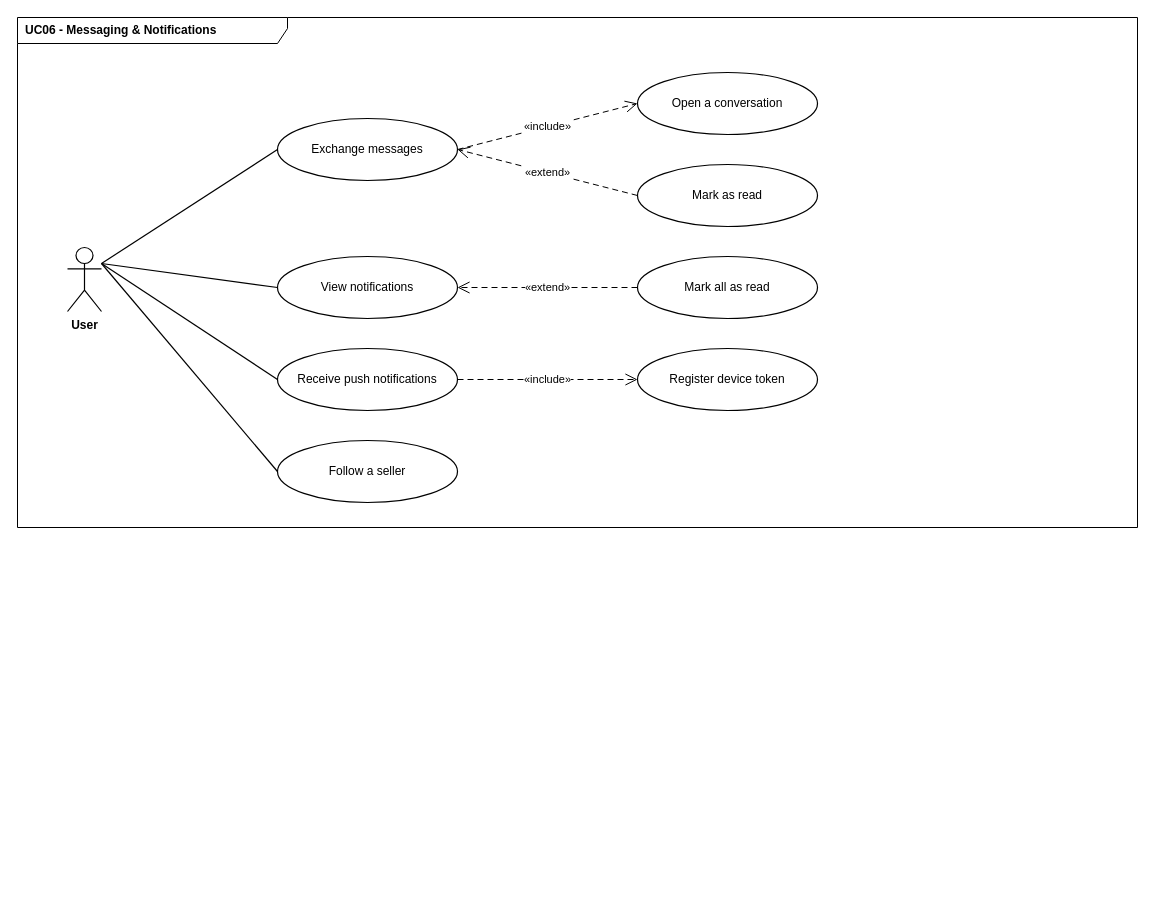
Before: page "UC05 - Admin Dashboard" (6 of 7) of docs/system-design/drawio/05-use-case-diagram.drawio in tdat-dev/Zoldify_Backend, a draw.io diagram. Source tidied: cells renumbered, new cells numbered last; positions are measured from the earlier drawing's top-left corner, leaving out a move shared by most shapes. Both pictures are drawn from the tidied source at 100%, with x=0, y=0 at pixel (17, 17).
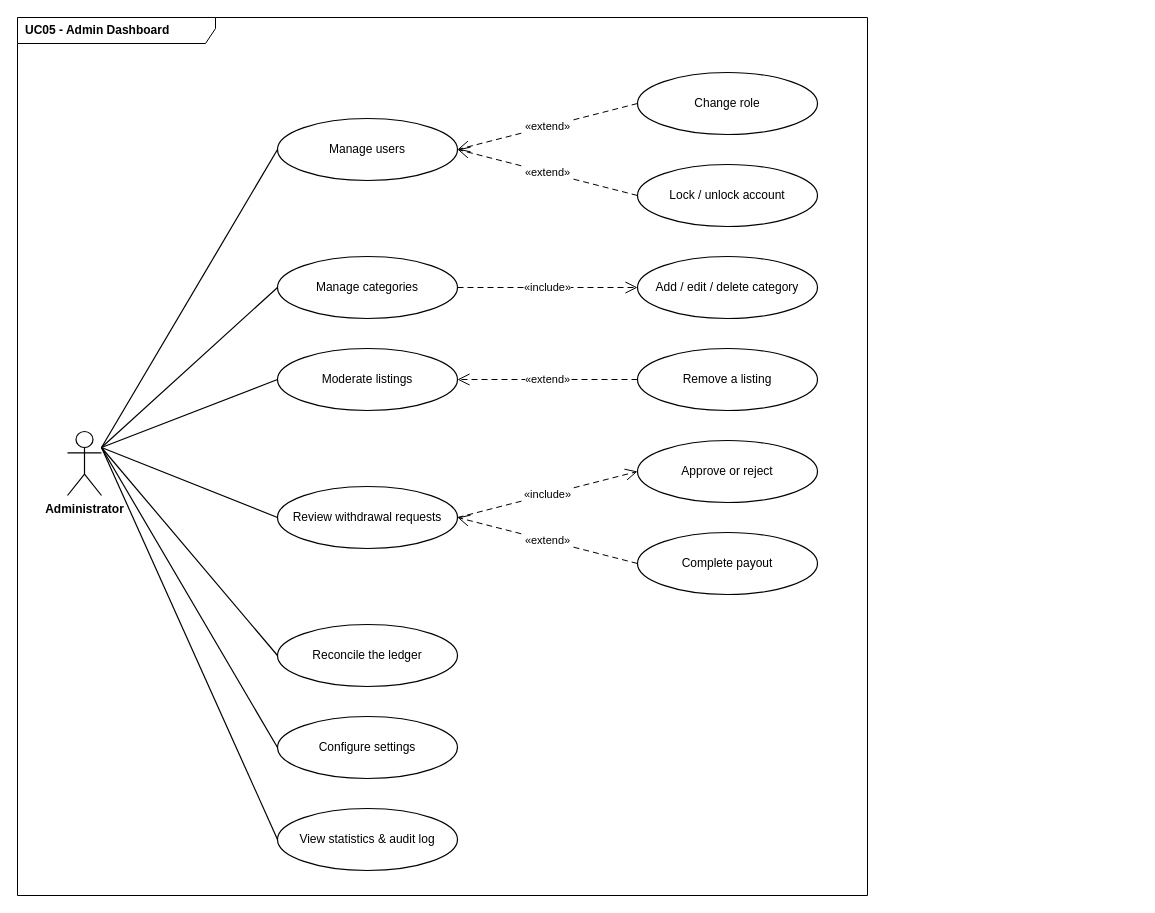
After the change.

The edit, as a diff of the source:
```diff
@@
-    <mxCell id="2" value="UC06 - Messaging &amp; Notifications" style="shape=umlFrame;whiteSpace=wrap;html=1;fillColor=none;strokeColor=#000000;fontSize=12;fontStyle=1;verticalAlign=top;align=left;spacingLeft=6;spacingTop=-1;height=26;fontFamily=Helvetica;fontColor=#000000;width=270;" parent="1" vertex="1">
-      <mxGeometry width="1120" height="510" as="geometry" />
+    <mxCell id="2" value="UC05 - Admin Dashboard" style="shape=umlFrame;whiteSpace=wrap;html=1;fillColor=none;strokeColor=#000000;fontSize=12;fontStyle=1;verticalAlign=top;align=left;spacingLeft=6;spacingTop=-1;height=26;fontFamily=Helvetica;fontColor=#000000;width=198;" parent="1" vertex="1">
+      <mxGeometry width="850" height="878" as="geometry" />
     </mxCell>
-    <mxCell id="3" value="User" style="shape=umlActor;verticalLabelPosition=bottom;verticalAlign=top;html=1;outlineConnect=0;fontSize=12;fontStyle=1;fillColor=#FFFFFF;strokeColor=#000000;strokeWidth=1.2;fontFamily=Helvetica;fontColor=#000000;" parent="1" vertex="1">
-      <mxGeometry x="50" y="230" width="34" height="64" as="geometry" />
+    <mxCell id="3" value="Administrator" style="shape=umlActor;verticalLabelPosition=bottom;verticalAlign=top;html=1;outlineConnect=0;fontSize=12;fontStyle=1;fillColor=#FFFFFF;strokeColor=#000000;strokeWidth=1.2;fontFamily=Helvetica;fontColor=#000000;" parent="1" vertex="1">
+      <mxGeometry x="50" y="414" width="34" height="64" as="geometry" />
     </mxCell>
-    <mxCell id="4" value="Exchange messages" style="ellipse;whiteSpace=wrap;html=1;fontSize=12;fillColor=#FFFFFF;strokeColor=#000000;strokeWidth=1.2;spacing=8;fontFamily=Helvetica;fontColor=#000000;" parent="1" vertex="1">
+    <mxCell id="4" value="Manage users" style="ellipse;whiteSpace=wrap;html=1;fontSize=12;fillColor=#FFFFFF;strokeColor=#000000;strokeWidth=1.2;spacing=8;fontFamily=Helvetica;fontColor=#000000;" parent="1" vertex="1">
       <mxGeometry x="260" y="101" width="180" height="62" as="geometry" />
     </mxCell>
@@
-    <mxCell id="6" value="Open a conversation" style="ellipse;whiteSpace=wrap;html=1;fontSize=12;fillColor=#FFFFFF;strokeColor=#000000;strokeWidth=1.2;spacing=8;fontFamily=Helvetica;fontColor=#000000;" parent="1" vertex="1">
+    <mxCell id="6" value="Change role" style="ellipse;whiteSpace=wrap;html=1;fontSize=12;fillColor=#FFFFFF;strokeColor=#000000;strokeWidth=1.2;spacing=8;fontFamily=Helvetica;fontColor=#000000;" parent="1" vertex="1">
       <mxGeometry x="620" y="55" width="180" height="62" as="geometry" />
     </mxCell>
-    <mxCell id="7" value="«include»" style="edgeStyle=none;html=1;rounded=0;dashed=1;dashPattern=6 4;endArrow=open;endFill=0;endSize=10;strokeColor=#000000;strokeWidth=1;fontSize=11;labelBackgroundColor=#FFFFFF;fontFamily=Helvetica;fontColor=#000000;exitX=1;exitY=0.5;exitDx=0;exitDy=0;exitPerimeter=0;entryX=0;entryY=0.5;entryDx=0;entryDy=0;entryPerimeter=0;" parent="1" edge="1" source="4" target="6">
+    <mxCell id="7" value="«extend»" style="edgeStyle=none;html=1;rounded=0;dashed=1;dashPattern=6 4;endArrow=open;endFill=0;endSize=10;strokeColor=#000000;strokeWidth=1;fontSize=11;labelBackgroundColor=#FFFFFF;fontFamily=Helvetica;fontColor=#000000;exitX=0;exitY=0.5;exitDx=0;exitDy=0;exitPerimeter=0;entryX=1;entryY=0.5;entryDx=0;entryDy=0;entryPerimeter=0;" parent="1" edge="1" source="6" target="4">
       <mxGeometry relative="1" as="geometry" />
     </mxCell>
-    <mxCell id="8" value="Mark as read" style="ellipse;whiteSpace=wrap;html=1;fontSize=12;fillColor=#FFFFFF;strokeColor=#000000;strokeWidth=1.2;spacing=8;fontFamily=Helvetica;fontColor=#000000;" parent="1" vertex="1">
+    <mxCell id="8" value="Lock / unlock account" style="ellipse;whiteSpace=wrap;html=1;fontSize=12;fillColor=#FFFFFF;strokeColor=#000000;strokeWidth=1.2;spacing=8;fontFamily=Helvetica;fontColor=#000000;" parent="1" vertex="1">
       <mxGeometry x="620" y="147" width="180" height="62" as="geometry" />
     </mxCell>
@@
-    <mxCell id="10" value="View notifications" style="ellipse;whiteSpace=wrap;html=1;fontSize=12;fillColor=#FFFFFF;strokeColor=#000000;strokeWidth=1.2;spacing=8;fontFamily=Helvetica;fontColor=#000000;" parent="1" vertex="1">
+    <mxCell id="10" value="Manage categories" style="ellipse;whiteSpace=wrap;html=1;fontSize=12;fillColor=#FFFFFF;strokeColor=#000000;strokeWidth=1.2;spacing=8;fontFamily=Helvetica;fontColor=#000000;" parent="1" vertex="1">
       <mxGeometry x="260" y="239" width="180" height="62" as="geometry" />
     </mxCell>
@@
-    <mxCell id="12" value="Mark all as read" style="ellipse;whiteSpace=wrap;html=1;fontSize=12;fillColor=#FFFFFF;strokeColor=#000000;strokeWidth=1.2;spacing=8;fontFamily=Helvetica;fontColor=#000000;" parent="1" vertex="1">
+    <mxCell id="12" value="Add / edit / delete category" style="ellipse;whiteSpace=wrap;html=1;fontSize=12;fillColor=#FFFFFF;strokeColor=#000000;strokeWidth=1.2;spacing=8;fontFamily=Helvetica;fontColor=#000000;" parent="1" vertex="1">
       <mxGeometry x="620" y="239" width="180" height="62" as="geometry" />
     </mxCell>
-    <mxCell id="13" value="«extend»" style="edgeStyle=none;html=1;rounded=0;dashed=1;dashPattern=6 4;endArrow=open;endFill=0;endSize=10;strokeColor=#000000;strokeWidth=1;fontSize=11;labelBackgroundColor=#FFFFFF;fontFamily=Helvetica;fontColor=#000000;exitX=0;exitY=0.5;exitDx=0;exitDy=0;exitPerimeter=0;entryX=1;entryY=0.5;entryDx=0;entryDy=0;entryPerimeter=0;" parent="1" edge="1" source="12" target="10">
+    <mxCell id="13" value="«include»" style="edgeStyle=none;html=1;rounded=0;dashed=1;dashPattern=6 4;endArrow=open;endFill=0;endSize=10;strokeColor=#000000;strokeWidth=1;fontSize=11;labelBackgroundColor=#FFFFFF;fontFamily=Helvetica;fontColor=#000000;exitX=1;exitY=0.5;exitDx=0;exitDy=0;exitPerimeter=0;entryX=0;entryY=0.5;entryDx=0;entryDy=0;entryPerimeter=0;" parent="1" edge="1" source="10" target="12">
       <mxGeometry relative="1" as="geometry" />
     </mxCell>
-    <mxCell id="14" value="Receive push notifications" style="ellipse;whiteSpace=wrap;html=1;fontSize=12;fillColor=#FFFFFF;strokeColor=#000000;strokeWidth=1.2;spacing=8;fontFamily=Helvetica;fontColor=#000000;" parent="1" vertex="1">
+    <mxCell id="14" value="Moderate listings" style="ellipse;whiteSpace=wrap;html=1;fontSize=12;fillColor=#FFFFFF;strokeColor=#000000;strokeWidth=1.2;spacing=8;fontFamily=Helvetica;fontColor=#000000;" parent="1" vertex="1">
       <mxGeometry x="260" y="331" width="180" height="62" as="geometry" />
     </mxCell>
@@
-    <mxCell id="16" value="Register device token" style="ellipse;whiteSpace=wrap;html=1;fontSize=12;fillColor=#FFFFFF;strokeColor=#000000;strokeWidth=1.2;spacing=8;fontFamily=Helvetica;fontColor=#000000;" parent="1" vertex="1">
+    <mxCell id="16" value="Remove a listing" style="ellipse;whiteSpace=wrap;html=1;fontSize=12;fillColor=#FFFFFF;strokeColor=#000000;strokeWidth=1.2;spacing=8;fontFamily=Helvetica;fontColor=#000000;" parent="1" vertex="1">
       <mxGeometry x="620" y="331" width="180" height="62" as="geometry" />
     </mxCell>
-    <mxCell id="17" value="«include»" style="edgeStyle=none;html=1;rounded=0;dashed=1;dashPattern=6 4;endArrow=open;endFill=0;endSize=10;strokeColor=#000000;strokeWidth=1;fontSize=11;labelBackgroundColor=#FFFFFF;fontFamily=Helvetica;fontColor=#000000;exitX=1;exitY=0.5;exitDx=0;exitDy=0;exitPerimeter=0;entryX=0;entryY=0.5;entryDx=0;entryDy=0;entryPerimeter=0;" parent="1" edge="1" source="14" target="16">
+    <mxCell id="17" value="«extend»" style="edgeStyle=none;html=1;rounded=0;dashed=1;dashPattern=6 4;endArrow=open;endFill=0;endSize=10;strokeColor=#000000;strokeWidth=1;fontSize=11;labelBackgroundColor=#FFFFFF;fontFamily=Helvetica;fontColor=#000000;exitX=0;exitY=0.5;exitDx=0;exitDy=0;exitPerimeter=0;entryX=1;entryY=0.5;entryDx=0;entryDy=0;entryPerimeter=0;" parent="1" edge="1" source="16" target="14">
       <mxGeometry relative="1" as="geometry" />
     </mxCell>
-    <mxCell id="18" value="Follow a seller" style="ellipse;whiteSpace=wrap;html=1;fontSize=12;fillColor=#FFFFFF;strokeColor=#000000;strokeWidth=1.2;spacing=8;fontFamily=Helvetica;fontColor=#000000;" parent="1" vertex="1">
-      <mxGeometry x="260" y="423" width="180" height="62" as="geometry" />
-    </mxCell>
-    <mxCell id="19" style="edgeStyle=none;html=1;rounded=0;endArrow=none;strokeColor=#000000;strokeWidth=1.2;exitX=1;exitY=0.25;exitDx=0;exitDy=0;exitPerimeter=0;entryX=0;entryY=0.5;entryDx=0;entryDy=0;entryPerimeter=0;" parent="1" edge="1" source="3" target="18">
-      <mxGeometry relative="1" as="geometry" />
-    </mxCell>
+    <mxCell id="20" value="Review withdrawal requests" style="ellipse;whiteSpace=wrap;html=1;fontSize=12;fillColor=#FFFFFF;strokeColor=#000000;strokeWidth=1.2;spacing=8;fontFamily=Helvetica;fontColor=#000000;" parent="1" vertex="1">
+      <mxGeometry x="260" y="469" width="180" height="62" as="geometry" />
+    </mxCell>
+    <mxCell id="21" style="edgeStyle=none;html=1;rounded=0;endArrow=none;strokeColor=#000000;strokeWidth=1.2;exitX=1;exitY=0.25;exitDx=0;exitDy=0;exitPerimeter=0;entryX=0;entryY=0.5;entryDx=0;entryDy=0;entryPerimeter=0;" parent="1" edge="1" source="3" target="20">
+      <mxGeometry relative="1" as="geometry" />
+    </mxCell>
+    <mxCell id="22" value="Approve or reject" style="ellipse;whiteSpace=wrap;html=1;fontSize=12;fillColor=#FFFFFF;strokeColor=#000000;strokeWidth=1.2;spacing=8;fontFamily=Helvetica;fontColor=#000000;" parent="1" vertex="1">
+      <mxGeometry x="620" y="423" width="180" height="62" as="geometry" />
+    </mxCell>
+    <mxCell id="23" value="«include»" style="edgeStyle=none;html=1;rounded=0;dashed=1;dashPattern=6 4;endArrow=open;endFill=0;endSize=10;strokeColor=#000000;strokeWidth=1;fontSize=11;labelBackgroundColor=#FFFFFF;fontFamily=Helvetica;fontColor=#000000;exitX=1;exitY=0.5;exitDx=0;exitDy=0;exitPerimeter=0;entryX=0;entryY=0.5;entryDx=0;entryDy=0;entryPerimeter=0;" parent="1" edge="1" source="20" target="22">
+      <mxGeometry relative="1" as="geometry" />
+    </mxCell>
+    <mxCell id="24" value="Complete payout" style="ellipse;whiteSpace=wrap;html=1;fontSize=12;fillColor=#FFFFFF;strokeColor=#000000;strokeWidth=1.2;spacing=8;fontFamily=Helvetica;fontColor=#000000;" parent="1" vertex="1">
+      <mxGeometry x="620" y="515" width="180" height="62" as="geometry" />
+    </mxCell>
+    <mxCell id="25" value="«extend»" style="edgeStyle=none;html=1;rounded=0;dashed=1;dashPattern=6 4;endArrow=open;endFill=0;endSize=10;strokeColor=#000000;strokeWidth=1;fontSize=11;labelBackgroundColor=#FFFFFF;fontFamily=Helvetica;fontColor=#000000;exitX=0;exitY=0.5;exitDx=0;exitDy=0;exitPerimeter=0;entryX=1;entryY=0.5;entryDx=0;entryDy=0;entryPerimeter=0;" parent="1" edge="1" source="24" target="20">
+      <mxGeometry relative="1" as="geometry" />
+    </mxCell>
+    <mxCell id="26" value="Reconcile the ledger" style="ellipse;whiteSpace=wrap;html=1;fontSize=12;fillColor=#FFFFFF;strokeColor=#000000;strokeWidth=1.2;spacing=8;fontFamily=Helvetica;fontColor=#000000;" parent="1" vertex="1">
+      <mxGeometry x="260" y="607" width="180" height="62" as="geometry" />
+    </mxCell>
+    <mxCell id="27" style="edgeStyle=none;html=1;rounded=0;endArrow=none;strokeColor=#000000;strokeWidth=1.2;exitX=1;exitY=0.25;exitDx=0;exitDy=0;exitPerimeter=0;entryX=0;entryY=0.5;entryDx=0;entryDy=0;entryPerimeter=0;" parent="1" edge="1" source="3" target="26">
+      <mxGeometry relative="1" as="geometry" />
+    </mxCell>
+    <mxCell id="28" value="Configure settings" style="ellipse;whiteSpace=wrap;html=1;fontSize=12;fillColor=#FFFFFF;strokeColor=#000000;strokeWidth=1.2;spacing=8;fontFamily=Helvetica;fontColor=#000000;" parent="1" vertex="1">
+      <mxGeometry x="260" y="699" width="180" height="62" as="geometry" />
+    </mxCell>
+    <mxCell id="29" style="edgeStyle=none;html=1;rounded=0;endArrow=none;strokeColor=#000000;strokeWidth=1.2;exitX=1;exitY=0.25;exitDx=0;exitDy=0;exitPerimeter=0;entryX=0;entryY=0.5;entryDx=0;entryDy=0;entryPerimeter=0;" parent="1" edge="1" source="3" target="28">
+      <mxGeometry relative="1" as="geometry" />
+    </mxCell>
+    <mxCell id="30" value="View statistics &amp; audit log" style="ellipse;whiteSpace=wrap;html=1;fontSize=12;fillColor=#FFFFFF;strokeColor=#000000;strokeWidth=1.2;spacing=8;fontFamily=Helvetica;fontColor=#000000;" parent="1" vertex="1">
+      <mxGeometry x="260" y="791" width="180" height="62" as="geometry" />
+    </mxCell>
+    <mxCell id="31" style="edgeStyle=none;html=1;rounded=0;endArrow=none;strokeColor=#000000;strokeWidth=1.2;exitX=1;exitY=0.25;exitDx=0;exitDy=0;exitPerimeter=0;entryX=0;entryY=0.5;entryDx=0;entryDy=0;entryPerimeter=0;" parent="1" edge="1" source="3" target="30">
+      <mxGeometry relative="1" as="geometry" />
+    </mxCell>
```
